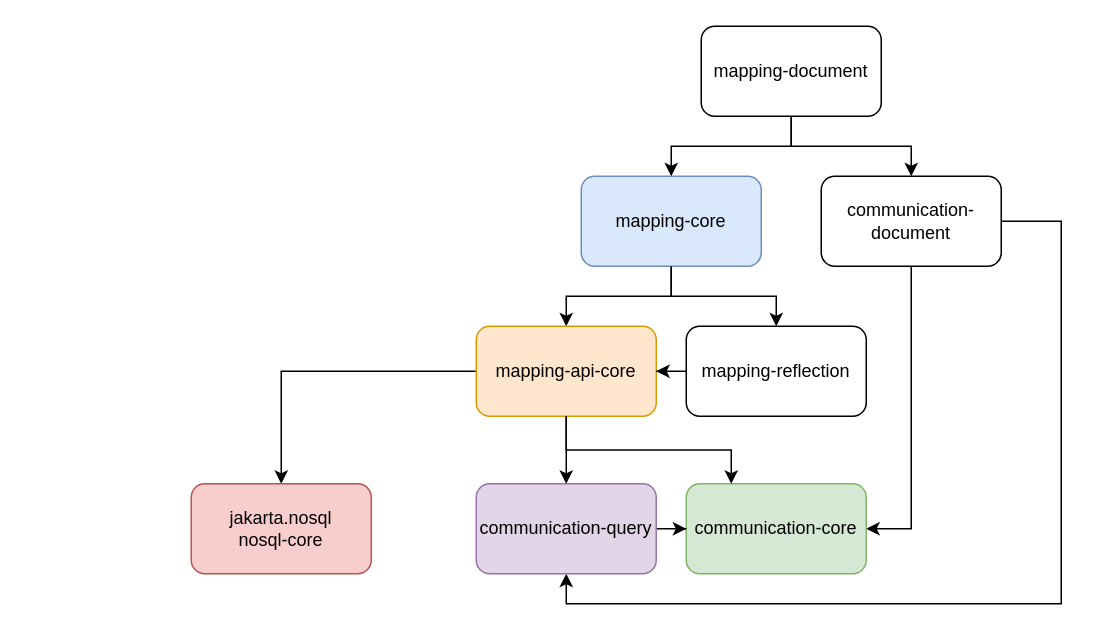
The draw.io diagram page "第 2 页" (2 of 2) of store.drawio in zhongchun/daily, before the edit. Source tidied: cells renumbered, new cells numbered last; positions are measured from the earlier drawing's top-left corner, leaving out a move shared by most shapes. Both pictures are drawn from the tidied source at 150%, with x=0, y=0 at pixel (190, 26).
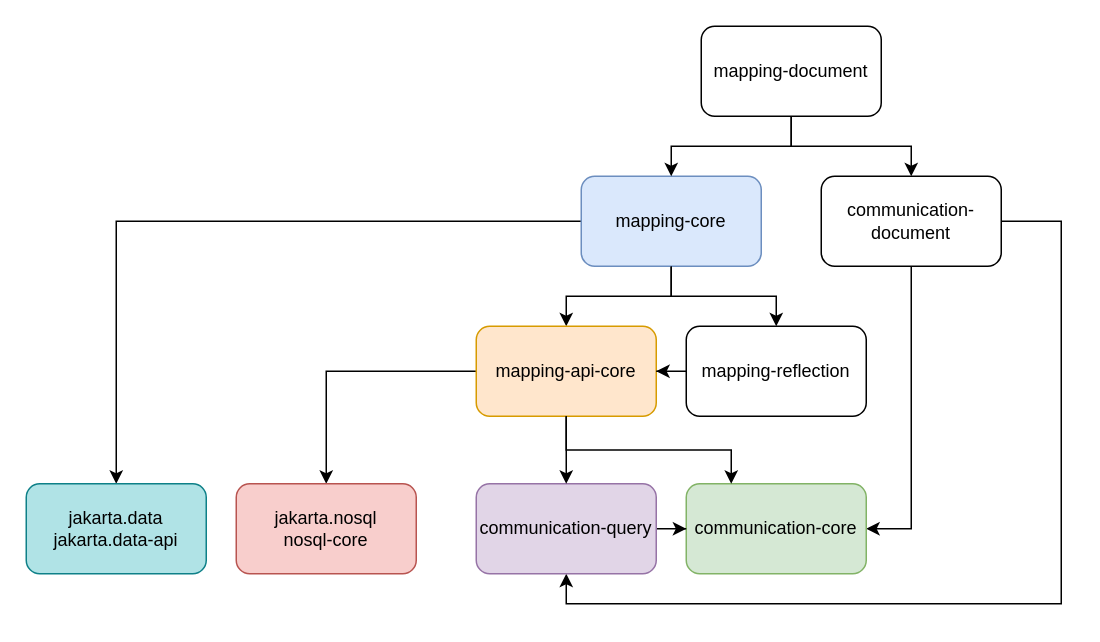
The same diagram, later.

Unchanged cells that the change refers to:
```xml
<mxCell id="3" value="mapping-core" style="rounded=1;whiteSpace=wrap;html=1;fillColor=#dae8fc;strokeColor=#6c8ebf;" parent="1" vertex="1">
  <mxGeometry x="260" y="100" width="120" height="60" as="geometry" />
</mxCell>
```

The edit, as a diff of the source:
```diff
@@
+    <mxCell id="21" style="edgeStyle=orthogonalEdgeStyle;rounded=0;jettySize=auto;html=1;" parent="1" edge="1" source="3" target="22">
+      <mxGeometry relative="1" as="geometry" />
+    </mxCell>
@@
     <mxCell id="20" value="jakarta.nosql&lt;br&gt;nosql-core" style="whiteSpace=wrap;html=1;fillColor=#f8cecc;strokeColor=#b85450;rounded=1;" parent="1" vertex="1">
-      <mxGeometry y="305" width="120" height="60" as="geometry" />
+      <mxGeometry x="30" y="305" width="120" height="60" as="geometry" />
     </mxCell>
+    <mxCell id="22" value="jakarta.data&lt;br&gt;jakarta.data-api" style="whiteSpace=wrap;html=1;fillColor=#b0e3e6;strokeColor=#0e8088;rounded=1;" parent="1" vertex="1">
+      <mxGeometry x="-110" y="305" width="120" height="60" as="geometry" />
+    </mxCell>
```
